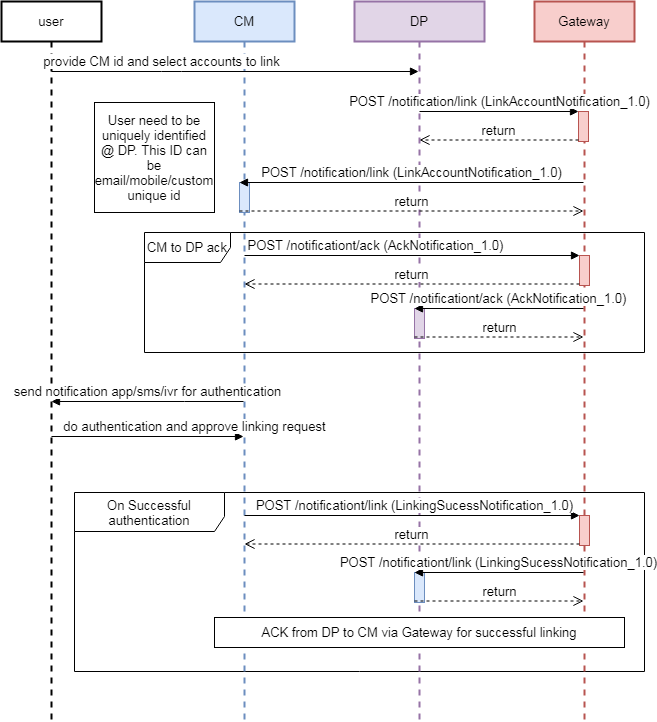
This is seqDiagram/accountLinking-DPSide.png from iSPIRT/DEPA, a draw.io export, as it was before one commit. Source tidied: cells renumbered, new cells last; positions are measured from the earlier drawing's top-left corner, leaving out a move shared by most shapes.
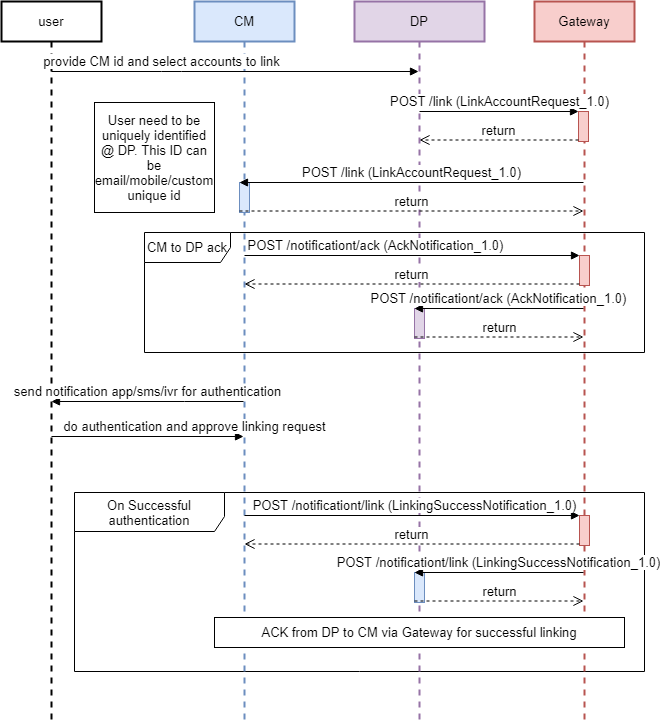
The same diagram one commit later.

Change to the diagram source:
```diff
@@ -61,13 +61,13 @@
     <mxCell id="16" style="html=1;points=[];perimeter=orthogonalPerimeter;fillColor=#e1d5e7;strokeColor=#9673a6;fontSize=13;" parent="1" vertex="1">
       <mxGeometry x="413" y="307" width="10" height="30" as="geometry" />
     </mxCell>
-    <mxCell id="17" value="&lt;span style=&quot;font-size: 13px;&quot;&gt;POST /notification/link (LinkAccountNotification_1.0)&lt;/span&gt;" style="html=1;verticalAlign=bottom;endArrow=block;entryX=0;entryY=0;fontSize=13;" parent="1" edge="1" source="7" target="14">
+    <mxCell id="17" value="POST /link (LinkAccountRequest_1.0)" style="html=1;verticalAlign=bottom;endArrow=block;entryX=0;entryY=0;fontSize=13;" parent="1" edge="1" source="7" target="14">
       <mxGeometry relative="1" as="geometry" />
     </mxCell>
     <mxCell id="18" value="return" style="html=1;verticalAlign=bottom;endArrow=open;dashed=1;endSize=8;exitX=0;exitY=0.95;fontSize=13;" parent="1" edge="1" source="14" target="7">
       <mxGeometry relative="1" as="geometry" />
     </mxCell>
-    <mxCell id="19" value="&lt;span style=&quot;font-size: 13px&quot;&gt;POST /notification/link&amp;nbsp;&lt;/span&gt;&lt;span style=&quot;font-size: 13px&quot;&gt;(LinkAccountNotification_1.0)&lt;/span&gt;&lt;span style=&quot;font-size: 13px&quot;&gt;&lt;br style=&quot;font-size: 13px&quot;&gt;&lt;/span&gt;" style="html=1;verticalAlign=bottom;endArrow=block;entryX=0;entryY=0;fontSize=13;" parent="1" edge="1" source="8" target="13">
+    <mxCell id="19" value="POST /link (LinkAccountRequest_1.0)&lt;span style=&quot;font-size: 13px&quot;&gt;&lt;br style=&quot;font-size: 13px&quot;&gt;&lt;/span&gt;" style="html=1;verticalAlign=bottom;endArrow=block;entryX=0;entryY=0;fontSize=13;" parent="1" edge="1" source="8" target="13">
       <mxGeometry relative="1" as="geometry" />
     </mxCell>
     <mxCell id="20" value="return" style="html=1;verticalAlign=bottom;endArrow=open;dashed=1;endSize=8;exitX=0;exitY=0.95;fontSize=13;" parent="1" edge="1" source="13" target="8">
@@ -95,7 +95,7 @@
     <mxCell id="26" style="html=1;points=[];perimeter=orthogonalPerimeter;fillColor=#dae8fc;strokeColor=#6c8ebf;fontSize=13;" parent="1" vertex="1">
       <mxGeometry x="413" y="571" width="10" height="30" as="geometry" />
     </mxCell>
-    <mxCell id="27" value="&lt;span style=&quot;font-size: 13px&quot;&gt;POST /notificationt/link (LinkingSucessNotification_1.0)&lt;/span&gt;" style="html=1;verticalAlign=bottom;endArrow=block;entryX=0;entryY=0;fontSize=13;" parent="1" edge="1" target="26">
+    <mxCell id="27" value="&lt;span style=&quot;font-size: 13px&quot;&gt;POST /notificationt/link (LinkingSuccessNotification_1.0)&lt;/span&gt;" style="html=1;verticalAlign=bottom;endArrow=block;entryX=0;entryY=0;fontSize=13;" parent="1" edge="1" target="26">
       <mxGeometry relative="1" as="geometry">
         <mxPoint x="582" y="571" as="sourcePoint" />
       </mxGeometry>
@@ -105,7 +105,7 @@
         <mxPoint x="582" y="599.5" as="targetPoint" />
       </mxGeometry>
     </mxCell>
-    <mxCell id="29" value="&lt;span style=&quot;font-size: 13px&quot;&gt;POST /notificationt/link (LinkingSucessNotification_1.0)&lt;/span&gt;" style="html=1;verticalAlign=bottom;endArrow=block;entryX=0;entryY=0;fontSize=13;" parent="1" edge="1" source="5" target="25">
+    <mxCell id="29" value="&lt;span style=&quot;font-size: 13px&quot;&gt;POST /notificationt/link (LinkingSuccessNotification_1.0)&lt;/span&gt;" style="html=1;verticalAlign=bottom;endArrow=block;entryX=0;entryY=0;fontSize=13;" parent="1" edge="1" source="5" target="25">
       <mxGeometry x="0.01" relative="1" as="geometry" />
     </mxCell>
     <mxCell id="30" value="return" style="html=1;verticalAlign=bottom;endArrow=open;dashed=1;endSize=8;exitX=0;exitY=0.95;fontSize=13;" parent="1" edge="1" source="25" target="5">
```
